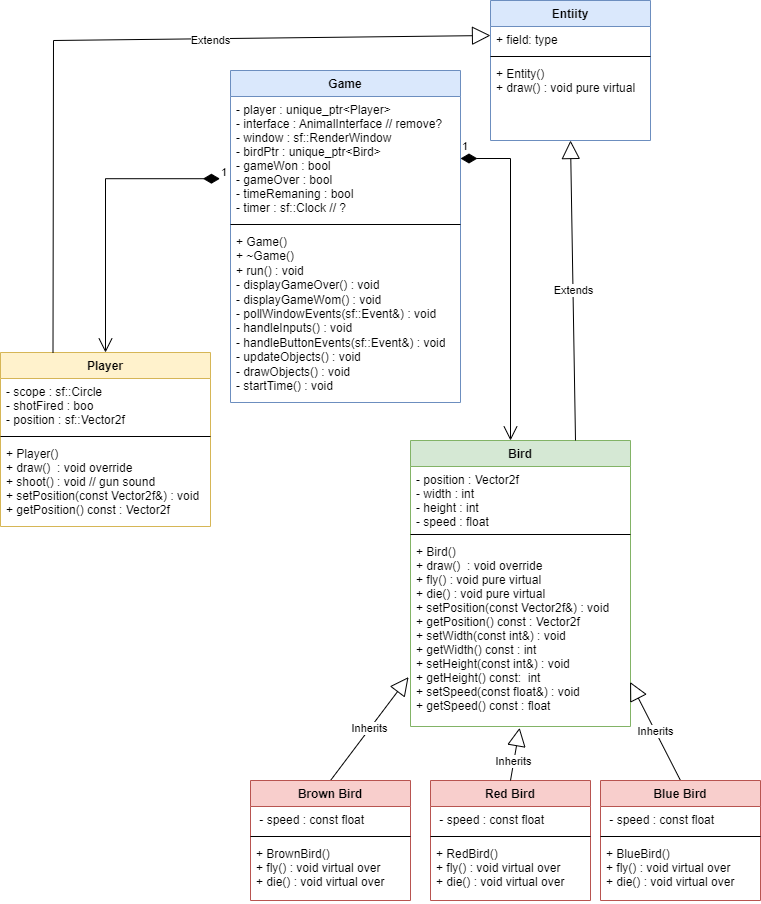
This is UML/SpeedHunterUML.png from Jtog123/Birdy-Go-Bye-Bye, a draw.io export, as it was before one commit. Source tidied: cells renumbered, new cells last; positions are measured from the earlier drawing's top-left corner, leaving out a move shared by most shapes.
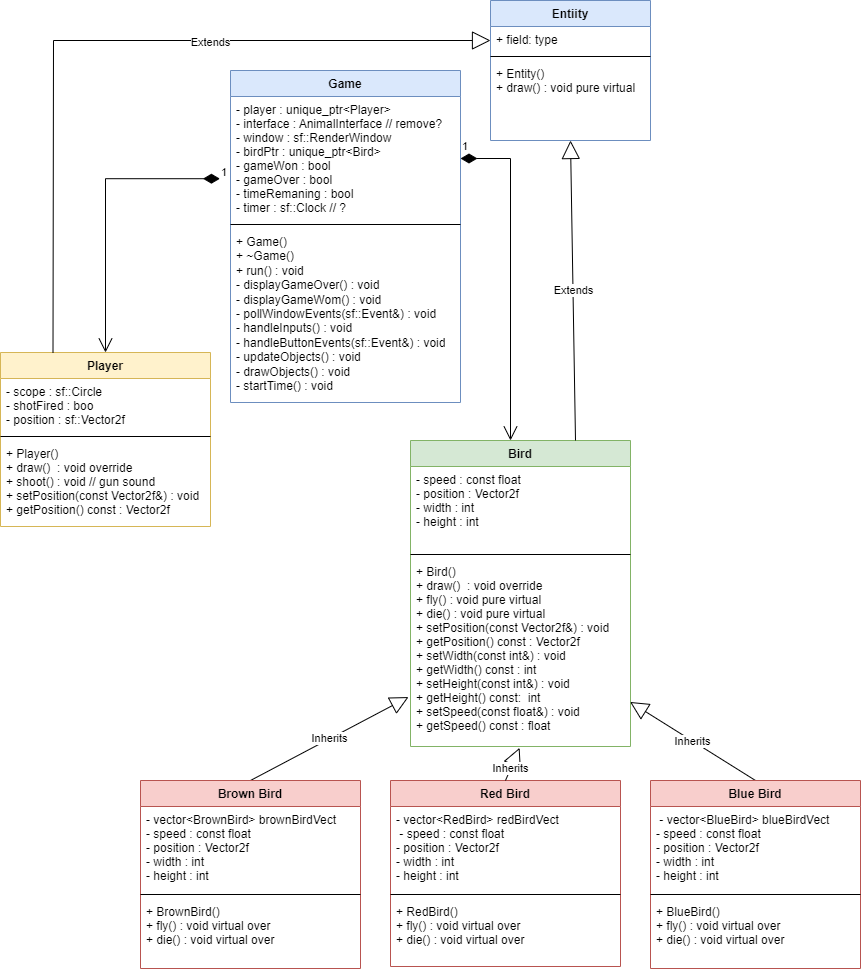
Above is the later version.

Diff of the diagram source:
```diff
@@ -3,28 +3,28 @@
     <mxCell id="0" />
     <mxCell id="1" parent="0" />
     <mxCell id="2" value="Bird" style="swimlane;fontStyle=1;align=center;verticalAlign=top;horizontal=1;startSize=26;fillColor=#d5e8d4;strokeColor=#82b366;" parent="1" vertex="1">
-      <mxGeometry x="410" y="440" width="220" height="286" as="geometry" />
+      <mxGeometry x="410" y="440" width="220" height="306" as="geometry" />
     </mxCell>
-    <mxCell id="3" value="- position : Vector2f&#10;- width : int&#10;- height : int&#10;- speed : float&#10;&#10;" style="text;strokeColor=none;fillColor=none;align=left;verticalAlign=top;spacingLeft=4;spacingRight=4;overflow=hidden;" parent="2" vertex="1">
-      <mxGeometry y="26" width="220" height="64" as="geometry" />
+    <mxCell id="3" value="- speed : const float&#10;- position : Vector2f&#10;- width : int&#10;- height : int" style="text;strokeColor=none;fillColor=none;align=left;verticalAlign=top;spacingLeft=4;spacingRight=4;overflow=hidden;" parent="2" vertex="1">
+      <mxGeometry y="26" width="220" height="84" as="geometry" />
     </mxCell>
     <mxCell id="4" style="line;strokeWidth=1;fillColor=none;align=left;verticalAlign=middle;spacingTop=-1;spacingLeft=3;spacingRight=3;labelPosition=right;" parent="2" vertex="1">
-      <mxGeometry y="90" width="220" height="8" as="geometry" />
+      <mxGeometry y="110" width="220" height="8" as="geometry" />
     </mxCell>
     <mxCell id="5" value="+ Bird()&#10;+ draw()  : void override&#10;+ fly() : void pure virtual &#10;+ die() : void pure virtual&#10;+ setPosition(const Vector2f&amp;) : void&#10;+ getPosition() const : Vector2f&#10;+ setWidth(const int&amp;) : void&#10;+ getWidth() const : int&#10;+ setHeight(const int&amp;) : void&#10;+ getHeight() const:  int&#10;+ setSpeed(const float&amp;) : void&#10;+ getSpeed() const : float&#10;" style="text;strokeColor=none;fillColor=none;align=left;verticalAlign=top;spacingLeft=4;spacingRight=4;overflow=hidden;points=[[0,0.5],[1,0.5]];portConstraint=eastwest;" parent="2" vertex="1">
-      <mxGeometry y="98" width="220" height="188" as="geometry" />
+      <mxGeometry y="118" width="220" height="188" as="geometry" />
     </mxCell>
     <mxCell id="6" value="Red Bird" style="swimlane;fontStyle=1;align=center;verticalAlign=top;horizontal=1;startSize=26;fillColor=#f8cecc;strokeColor=#b85450;" parent="1" vertex="1">
-      <mxGeometry x="430" y="780" width="160" height="120" as="geometry" />
+      <mxGeometry x="390" y="780" width="230" height="186" as="geometry" />
     </mxCell>
-    <mxCell id="7" value=" - speed : const float" style="text;strokeColor=none;fillColor=none;align=left;verticalAlign=top;spacingLeft=4;spacingRight=4;overflow=hidden;" parent="6" vertex="1">
-      <mxGeometry y="26" width="160" height="26" as="geometry" />
+    <mxCell id="7" value="- vector&lt;RedBird&gt; redBirdVect&#10; - speed : const float&#10;- position : Vector2f&#10;- width : int&#10;- height : int&#10;" style="text;strokeColor=none;fillColor=none;align=left;verticalAlign=top;spacingLeft=4;spacingRight=4;overflow=hidden;" parent="6" vertex="1">
+      <mxGeometry y="26" width="230" height="84" as="geometry" />
     </mxCell>
     <mxCell id="8" style="line;strokeWidth=1;fillColor=none;align=left;verticalAlign=middle;spacingTop=-1;spacingLeft=3;spacingRight=3;labelPosition=right;" parent="6" vertex="1">
-      <mxGeometry y="52" width="160" height="8" as="geometry" />
+      <mxGeometry y="110" width="230" height="8" as="geometry" />
     </mxCell>
     <mxCell id="9" value="+ RedBird()&#10;+ fly() : void virtual over&#10;+ die() : void virtual over" style="text;strokeColor=none;fillColor=none;align=left;verticalAlign=top;spacingLeft=4;spacingRight=4;overflow=hidden;" parent="6" vertex="1">
-      <mxGeometry y="60" width="160" height="60" as="geometry" />
+      <mxGeometry y="118" width="230" height="68" as="geometry" />
     </mxCell>
     <mxCell id="10" value="Inherits" style="endArrow=block;endSize=16;endFill=0;html=1;rounded=0;exitX=0.5;exitY=0;exitDx=0;exitDy=0;entryX=0.496;entryY=1.007;entryDx=0;entryDy=0;entryPerimeter=0;" parent="1" edge="1" source="6" target="5">
       <mxGeometry x="-0.27" relative="1" as="geometry" />
@@ -36,28 +36,28 @@
       <mxGeometry relative="1" as="geometry" />
     </mxCell>
     <mxCell id="13" value="Blue Bird" style="swimlane;fontStyle=1;align=center;verticalAlign=top;horizontal=1;startSize=26;fillColor=#f8cecc;strokeColor=#b85450;" parent="1" vertex="1">
-      <mxGeometry x="600" y="780" width="160" height="120" as="geometry" />
+      <mxGeometry x="650" y="780" width="210" height="188" as="geometry" />
     </mxCell>
-    <mxCell id="14" value=" - speed : const float" style="text;strokeColor=none;fillColor=none;align=left;verticalAlign=top;spacingLeft=4;spacingRight=4;overflow=hidden;" parent="13" vertex="1">
-      <mxGeometry y="26" width="160" height="26" as="geometry" />
+    <mxCell id="14" value=" - vector&lt;BlueBird&gt; blueBirdVect&#10;- speed : const float&#10;- position : Vector2f&#10;- width : int&#10;- height : int" style="text;strokeColor=none;fillColor=none;align=left;verticalAlign=top;spacingLeft=4;spacingRight=4;overflow=hidden;" parent="13" vertex="1">
+      <mxGeometry y="26" width="210" height="84" as="geometry" />
     </mxCell>
     <mxCell id="15" style="line;strokeWidth=1;fillColor=none;align=left;verticalAlign=middle;spacingTop=-1;spacingLeft=3;spacingRight=3;labelPosition=right;" parent="13" vertex="1">
-      <mxGeometry y="52" width="160" height="8" as="geometry" />
+      <mxGeometry y="110" width="210" height="8" as="geometry" />
     </mxCell>
     <mxCell id="16" value="+ BlueBird()&#10;+ fly() : void virtual over&#10;+ die() : void virtual over" style="text;strokeColor=none;fillColor=none;align=left;verticalAlign=top;spacingLeft=4;spacingRight=4;overflow=hidden;" parent="13" vertex="1">
-      <mxGeometry y="60" width="160" height="60" as="geometry" />
+      <mxGeometry y="118" width="210" height="70" as="geometry" />
     </mxCell>
     <mxCell id="17" value="Brown Bird" style="swimlane;fontStyle=1;align=center;verticalAlign=top;horizontal=1;startSize=26;fillColor=#f8cecc;strokeColor=#b85450;" parent="1" vertex="1">
-      <mxGeometry x="250" y="780" width="160" height="120" as="geometry" />
+      <mxGeometry x="140" y="780" width="220" height="188" as="geometry" />
     </mxCell>
-    <mxCell id="18" value=" - speed : const float" style="text;strokeColor=none;fillColor=none;align=left;verticalAlign=top;spacingLeft=4;spacingRight=4;overflow=hidden;" parent="17" vertex="1">
-      <mxGeometry y="26" width="160" height="26" as="geometry" />
+    <mxCell id="18" value="- vector&lt;BrownBird&gt; brownBirdVect&#10;- speed : const float&#10;- position : Vector2f&#10;- width : int&#10;- height : int" style="text;strokeColor=none;fillColor=none;align=left;verticalAlign=top;spacingLeft=4;spacingRight=4;overflow=hidden;" parent="17" vertex="1">
+      <mxGeometry y="26" width="220" height="84" as="geometry" />
     </mxCell>
     <mxCell id="19" style="line;strokeWidth=1;fillColor=none;align=left;verticalAlign=middle;spacingTop=-1;spacingLeft=3;spacingRight=3;labelPosition=right;" parent="17" vertex="1">
-      <mxGeometry y="52" width="160" height="8" as="geometry" />
+      <mxGeometry y="110" width="220" height="8" as="geometry" />
     </mxCell>
     <mxCell id="20" value="+ BrownBird()&#10;+ fly() : void virtual over&#10;+ die() : void virtual over" style="text;strokeColor=none;fillColor=none;align=left;verticalAlign=top;spacingLeft=4;spacingRight=4;overflow=hidden;" parent="17" vertex="1">
-      <mxGeometry y="60" width="160" height="60" as="geometry" />
+      <mxGeometry y="118" width="220" height="70" as="geometry" />
     </mxCell>
     <mxCell id="21" value="Player&#10;" style="swimlane;fontStyle=1;align=center;verticalAlign=top;horizontal=1;startSize=26;fillColor=#fff2cc;strokeColor=#d6b656;" parent="1" vertex="1">
       <mxGeometry y="352" width="210" height="174" as="geometry" />
@@ -106,8 +106,9 @@
     <mxCell id="35" value="Extends" style="endArrow=block;endSize=16;endFill=0;html=1;rounded=0;exitX=0.75;exitY=0;exitDx=0;exitDy=0;entryX=0.5;entryY=1;entryDx=0;entryDy=0;" parent="1" edge="1" source="2" target="31">
       <mxGeometry relative="1" as="geometry" />
     </mxCell>
-    <mxCell id="36" value="Extends" style="endArrow=block;endSize=16;endFill=0;html=1;rounded=0;exitX=0.25;exitY=0;exitDx=0;exitDy=0;entryX=0;entryY=0.25;entryDx=0;entryDy=0;" parent="1" edge="1" source="21" target="31">
+    <mxCell id="36" value="Extends" style="endArrow=block;endSize=16;endFill=0;html=1;rounded=0;exitX=0.25;exitY=0;exitDx=0;exitDy=0;" parent="1" edge="1" source="21">
       <mxGeometry x="0.25" y="-2" relative="1" as="geometry">
+        <mxPoint x="490" y="40" as="targetPoint" />
         <Array as="points">
           <mxPoint x="53" y="40" />
         </Array>
```
